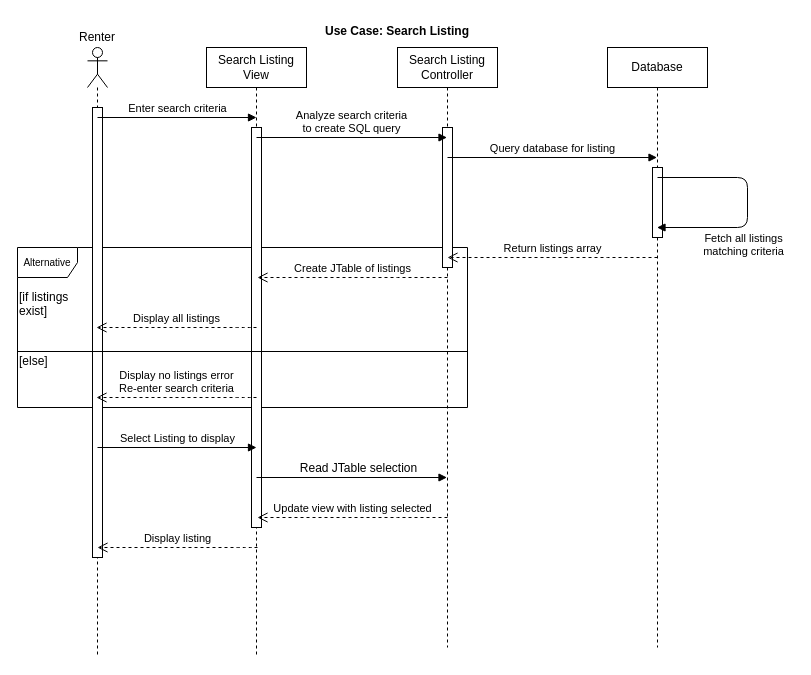
This is page "Search Listing" (2 of 10) of SequenceDiagrams.drawio from ryan-holt/ENSF480FinalProject, a draw.io file, before an edit. Source tidied: cells renumbered, new cells numbered last; positions are measured from the earlier drawing's top-left corner, leaving out a move shared by most shapes. Both pictures are drawn from the tidied source at 100%, with x=0, y=0 at pixel (17, 17).
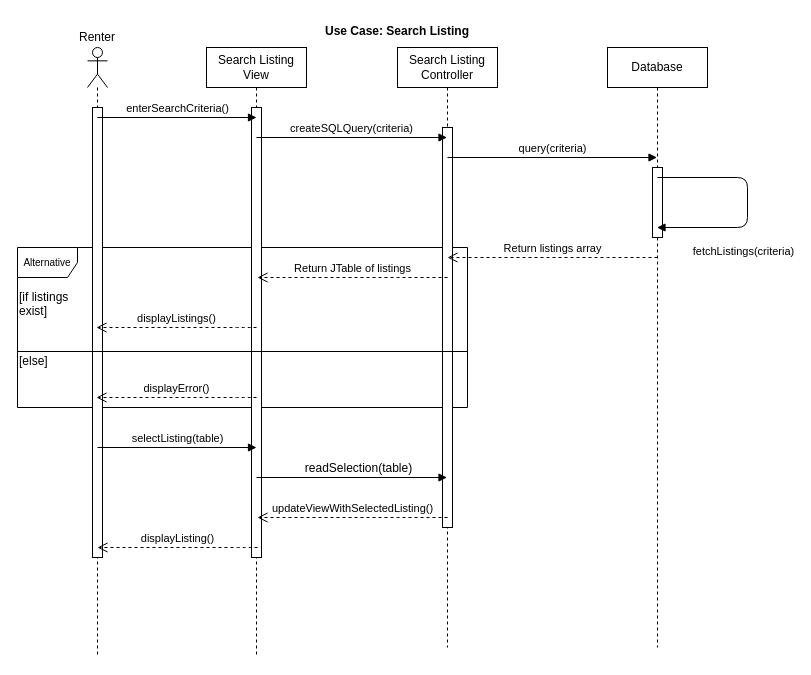
Above is the later version.

The change refers to these unchanged cells:
```xml
<mxCell id="5" value="Search Listing&lt;br&gt;Controller" style="shape=umlLifeline;perimeter=lifelinePerimeter;whiteSpace=wrap;html=1;outlineConnect=0;" parent="1" vertex="1">
  <mxGeometry x="380" y="30" width="100" height="600" as="geometry" />
</mxCell>
<mxCell id="7" value="Database" style="shape=umlLifeline;perimeter=lifelinePerimeter;whiteSpace=wrap;html=1;outlineConnect=0;" parent="1" vertex="1">
  <mxGeometry x="590" y="30" width="100" height="600" as="geometry" />
</mxCell>
<mxCell id="9" value="Search Listing&lt;br&gt;View" style="shape=umlLifeline;perimeter=lifelinePerimeter;whiteSpace=wrap;html=1;" parent="1" vertex="1">
  <mxGeometry x="189" y="30" width="100" height="610" as="geometry" />
</mxCell>
<mxCell id="24" style="html=1;verticalAlign=bottom;endArrow=block;" parent="1" edge="1" target="5">
  <mxGeometry relative="1" as="geometry">
    <mxPoint x="239" y="460" as="sourcePoint" />
  </mxGeometry>
</mxCell>
```

What changed in the source:
```diff
@@
     <mxCell id="6" style="html=1;perimeter=orthogonalPerimeter;" parent="5" vertex="1">
-      <mxGeometry x="45" y="80" width="10" height="140" as="geometry" />
+      <mxGeometry x="45" y="80" width="10" height="400" as="geometry" />
     </mxCell>
@@
     <mxCell id="10" style="html=1;perimeter=orthogonalPerimeter;" parent="9" vertex="1">
-      <mxGeometry x="45" y="80" width="10" height="400" as="geometry" />
+      <mxGeometry x="45" y="60" width="10" height="450" as="geometry" />
     </mxCell>
@@
-    <mxCell id="12" value="Enter search criteria" style="html=1;verticalAlign=bottom;endArrow=block;" parent="1" edge="1">
+    <mxCell id="12" value="enterSearchCriteria()" style="html=1;verticalAlign=bottom;endArrow=block;" parent="1" edge="1">
       <mxGeometry relative="1" as="geometry">
         <mxPoint x="80" y="100" as="sourcePoint" />
         <mxPoint x="239" y="100" as="targetPoint" />
       </mxGeometry>
     </mxCell>
-    <mxCell id="13" value="Query database for listing" style="html=1;verticalAlign=bottom;endArrow=block;" parent="1" edge="1" target="7">
+    <mxCell id="13" value="query(criteria)" style="html=1;verticalAlign=bottom;endArrow=block;" parent="1" edge="1" target="7">
       <mxGeometry relative="1" as="geometry">
         <mxPoint x="430" y="140" as="sourcePoint" />
       </mxGeometry>
     </mxCell>
-    <mxCell id="14" value="Analyze search criteria&lt;br&gt;to create SQL query" style="html=1;verticalAlign=bottom;endArrow=block;" parent="1" edge="1" target="5">
+    <mxCell id="14" value="createSQLQuery(criteria)" style="html=1;verticalAlign=bottom;endArrow=block;" parent="1" edge="1" target="5">
       <mxGeometry relative="1" as="geometry">
         <mxPoint x="239" y="120" as="sourcePoint" />
       </mxGeometry>
     </mxCell>
-    <mxCell id="15" value="Fetch all listings &lt;br&gt;matching criteria" style="html=1;verticalAlign=bottom;endArrow=block;" parent="1" edge="1" target="7">
+    <mxCell id="15" value="fetchListings(criteria)" style="html=1;verticalAlign=bottom;endArrow=block;" parent="1" edge="1" target="7">
       <mxGeometry x="0.21" y="-54" relative="1" as="geometry">
         <mxPoint x="640" y="160" as="sourcePoint" />
         <Array as="points">
           <mxPoint x="730" y="160" />
           <mxPoint x="730" y="210" />
         </Array>
         <mxPoint x="50" y="34" as="offset" />
       </mxGeometry>
     </mxCell>
@@
-    <mxCell id="17" value="Create JTable of listings" style="html=1;verticalAlign=bottom;endArrow=open;dashed=1;endSize=8;" parent="1" edge="1">
+    <mxCell id="17" value="Return JTable of listings" style="html=1;verticalAlign=bottom;endArrow=open;dashed=1;endSize=8;" parent="1" edge="1">
       <mxGeometry relative="1" as="geometry">
         <mxPoint x="430" y="260" as="sourcePoint" />
         <mxPoint x="240" y="260" as="targetPoint" />
         <Array as="points">
           <mxPoint x="390" y="260" />
         </Array>
       </mxGeometry>
     </mxCell>
-    <mxCell id="18" value="Display all listings" style="html=1;verticalAlign=bottom;endArrow=open;dashed=1;endSize=8;" parent="1" edge="1">
+    <mxCell id="18" value="displayListings()" style="html=1;verticalAlign=bottom;endArrow=open;dashed=1;endSize=8;" parent="1" edge="1">
       <mxGeometry relative="1" as="geometry">
         <mxPoint x="239" y="310" as="sourcePoint" />
         <mxPoint x="79" y="310" as="targetPoint" />
         <Array as="points">
           <mxPoint x="229" y="310" />
         </Array>
       </mxGeometry>
     </mxCell>
@@
-    <mxCell id="22" value="Display no listings error&lt;br&gt;Re-enter search criteria" style="html=1;verticalAlign=bottom;endArrow=open;dashed=1;endSize=8;" parent="1" edge="1">
+    <mxCell id="22" value="displayError()" style="html=1;verticalAlign=bottom;endArrow=open;dashed=1;endSize=8;" parent="1" edge="1">
       <mxGeometry relative="1" as="geometry">
         <mxPoint x="239" y="380" as="sourcePoint" />
         <mxPoint x="79" y="380" as="targetPoint" />
         <Array as="points">
           <mxPoint x="229" y="380" />
         </Array>
       </mxGeometry>
     </mxCell>
-    <mxCell id="23" value="Select Listing to display" style="html=1;verticalAlign=bottom;endArrow=block;" parent="1" edge="1">
+    <mxCell id="23" value="selectListing(table)" style="html=1;verticalAlign=bottom;endArrow=block;" parent="1" edge="1">
       <mxGeometry relative="1" as="geometry">
         <mxPoint x="80" y="430" as="sourcePoint" />
         <mxPoint x="239" y="430" as="targetPoint" />
       </mxGeometry>
     </mxCell>
@@
-    <mxCell id="25" value="Read JTable selection" style="text;html=1;align=center;verticalAlign=middle;labelBackgroundColor=#ffffff;" parent="24" vertex="1">
+    <mxCell id="25" value="readSelection(table)" style="text;html=1;align=center;verticalAlign=middle;labelBackgroundColor=#ffffff;" parent="24" vertex="1">
       <mxGeometry x="0.27" y="3" relative="1" as="geometry">
         <mxPoint x="-20" y="-7" as="offset" />
       </mxGeometry>
     </mxCell>
-    <mxCell id="26" value="Update view with listing selected" style="html=1;verticalAlign=bottom;endArrow=open;dashed=1;endSize=8;" parent="1" edge="1">
+    <mxCell id="26" value="updateViewWithSelectedListing()" style="html=1;verticalAlign=bottom;endArrow=open;dashed=1;endSize=8;" parent="1" edge="1">
       <mxGeometry relative="1" as="geometry">
         <mxPoint x="430" y="500" as="sourcePoint" />
         <mxPoint x="240" y="500" as="targetPoint" />
         <Array as="points">
           <mxPoint x="390" y="500" />
         </Array>
       </mxGeometry>
     </mxCell>
-    <mxCell id="27" value="Display listing" style="html=1;verticalAlign=bottom;endArrow=open;dashed=1;endSize=8;" parent="1" edge="1">
+    <mxCell id="27" value="displayListing()" style="html=1;verticalAlign=bottom;endArrow=open;dashed=1;endSize=8;" parent="1" edge="1">
       <mxGeometry relative="1" as="geometry">
         <mxPoint x="240" y="530" as="sourcePoint" />
         <mxPoint x="80" y="530" as="targetPoint" />
         <Array as="points">
           <mxPoint x="230" y="530" />
         </Array>
       </mxGeometry>
     </mxCell>
```
